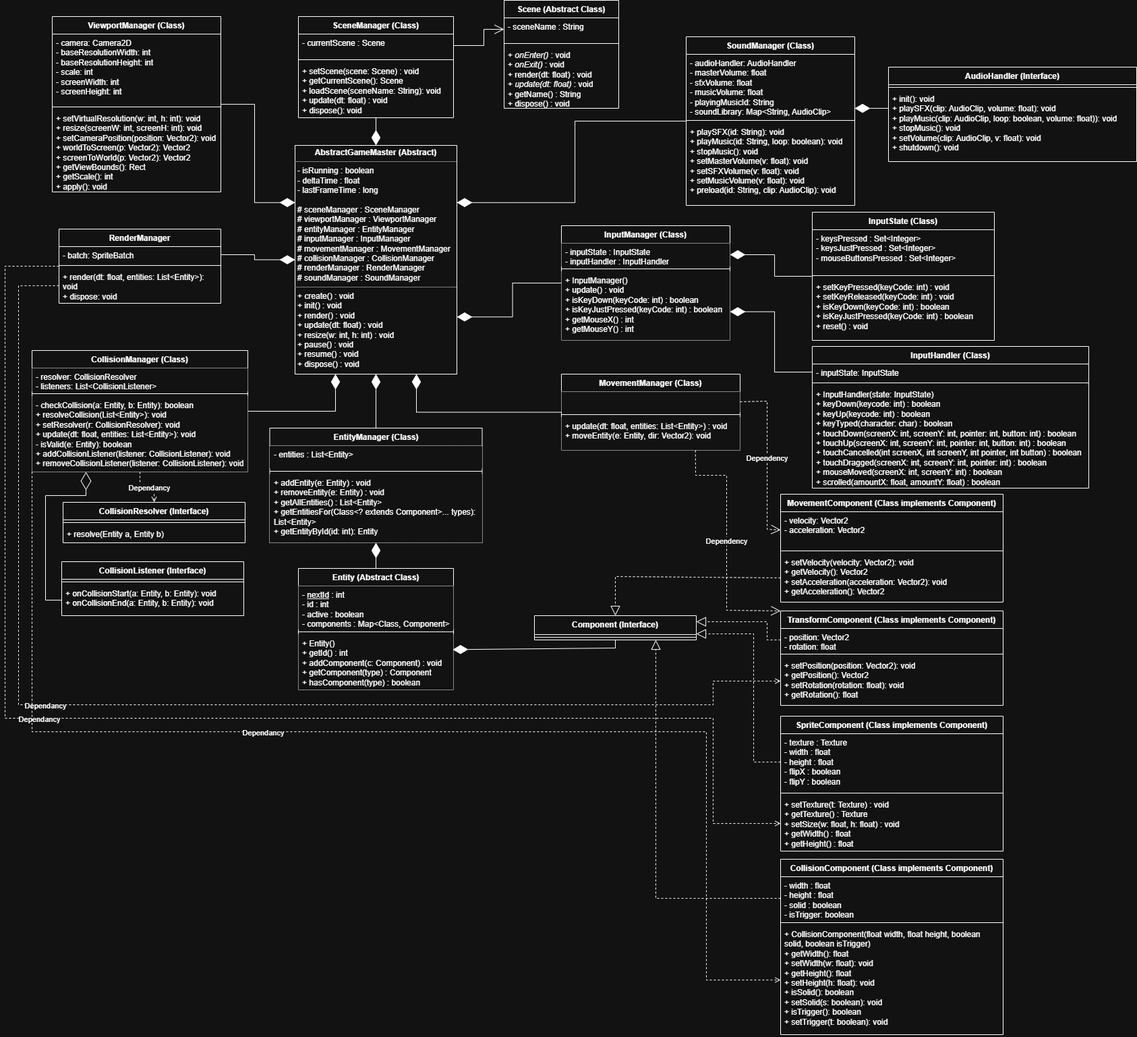
Before: ArcadeSim-UML Diagram (Revised).drawio.png, a diagram exported from draw.io (Candy-Sama/INF1009PrjectTeam6). Source tidied: cells renumbered, new cells last; positions are measured from the earlier drawing's top-left corner, leaving out a move shared by most shapes.
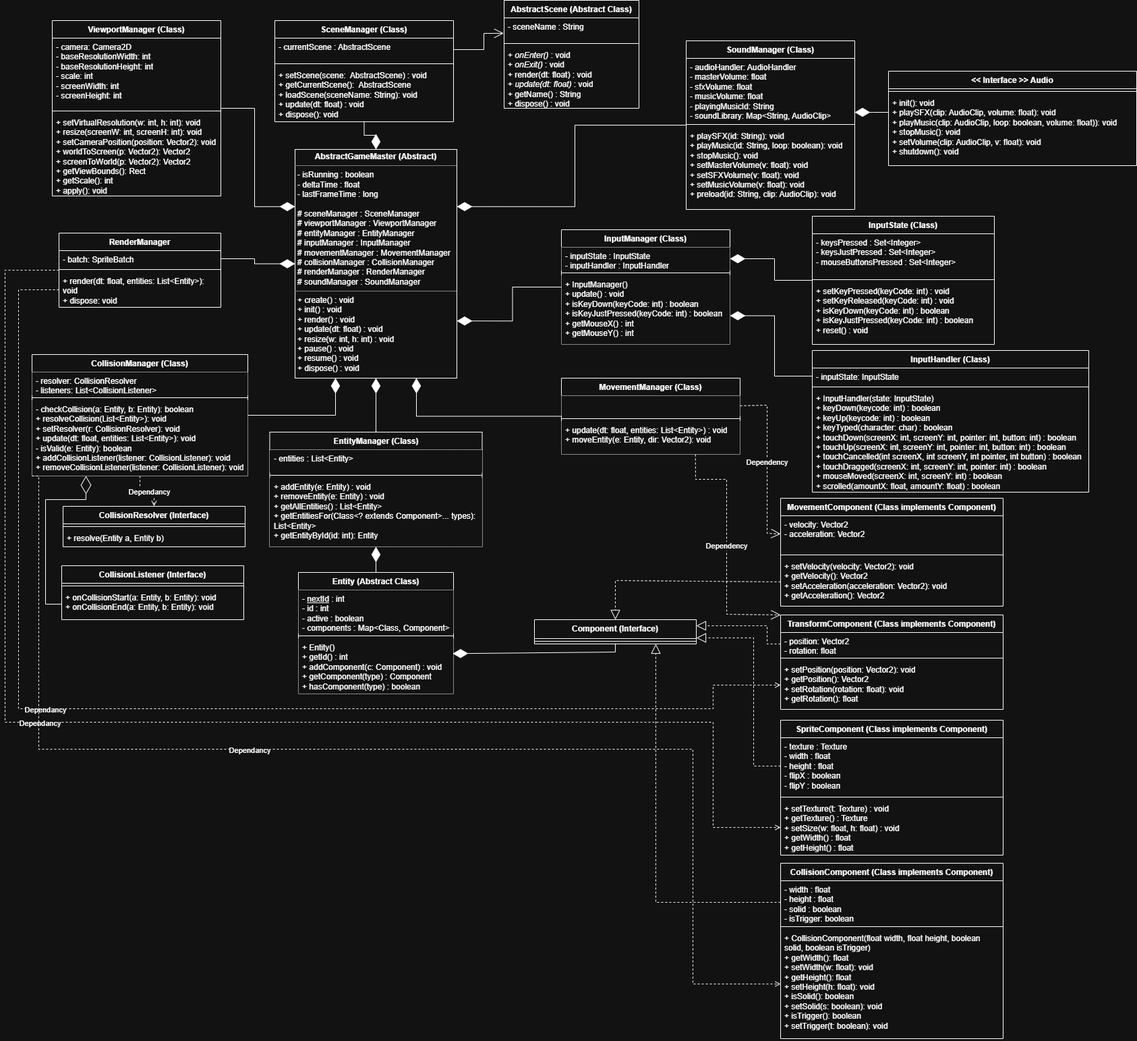
Above is the later version.

Diff of the diagram source:
```diff
@@ -5,31 +5,31 @@
     <mxCell id="2" value="&lt;p style=&quot;margin:0px;margin-top:4px;text-align:center;&quot;&gt;&lt;b&gt;AbstractGameMaster (Abstract)&lt;/b&gt;&lt;/p&gt;&lt;hr size=&quot;1&quot; style=&quot;border-style:solid;&quot;&gt;&lt;p style=&quot;margin:0px;margin-left:4px;&quot;&gt;- isRunning : boolean&lt;/p&gt;&lt;p style=&quot;margin:0px;margin-left:4px;&quot;&gt;- deltaTime : float&lt;/p&gt;&lt;p style=&quot;margin:0px;margin-left:4px;&quot;&gt;- lastFrameTime : long&lt;/p&gt;&lt;p style=&quot;margin:0px;margin-left:4px;&quot;&gt;&lt;br&gt;&lt;/p&gt;&lt;p style=&quot;margin:0px;margin-left:4px;&quot;&gt;# sceneManager : SceneManager&lt;/p&gt;&lt;p style=&quot;margin:0px;margin-left:4px;&quot;&gt;# viewportManager : ViewportManager&lt;/p&gt;&lt;p style=&quot;margin:0px;margin-left:4px;&quot;&gt;# entityManager : EntityManager&lt;/p&gt;&lt;p style=&quot;margin:0px;margin-left:4px;&quot;&gt;# inputManager : InputManager&lt;/p&gt;&lt;p style=&quot;margin:0px;margin-left:4px;&quot;&gt;# movementManager : MovementManager&lt;/p&gt;&lt;p style=&quot;margin:0px;margin-left:4px;&quot;&gt;# collisionManager : CollisionManager&lt;/p&gt;&lt;p style=&quot;margin:0px;margin-left:4px;&quot;&gt;# renderManager : RenderManager&lt;/p&gt;&lt;p style=&quot;margin:0px;margin-left:4px;&quot;&gt;# soundManager : SoundManager&lt;/p&gt;&lt;hr size=&quot;1&quot; style=&quot;border-style:solid;&quot;&gt;&lt;p style=&quot;margin:0px;margin-left:4px;&quot;&gt;+ create() : void&lt;/p&gt;&lt;p style=&quot;margin:0px;margin-left:4px;&quot;&gt;+ init() : void&amp;nbsp;&lt;/p&gt;&lt;p style=&quot;margin:0px;margin-left:4px;&quot;&gt;+ render() : void&lt;/p&gt;&lt;p style=&quot;margin:0px;margin-left:4px;&quot;&gt;+ update(dt: float) : void&lt;/p&gt;&lt;p style=&quot;margin:0px;margin-left:4px;&quot;&gt;+ resize(w: int, h: int) : void&lt;/p&gt;&lt;p style=&quot;margin:0px;margin-left:4px;&quot;&gt;+ pause() : void&lt;/p&gt;&lt;p style=&quot;margin:0px;margin-left:4px;&quot;&gt;+ resume() : void&lt;/p&gt;&lt;p style=&quot;margin:0px;margin-left:4px;&quot;&gt;+ dispose() : void&amp;nbsp;&lt;/p&gt;" style="verticalAlign=top;align=left;overflow=fill;html=1;whiteSpace=wrap;" parent="1" vertex="1">
       <mxGeometry x="430" y="215" width="240" height="339" as="geometry" />
     </mxCell>
-    <mxCell id="3" value="Scene (Abstract Class)" style="swimlane;fontStyle=1;align=center;verticalAlign=top;horizontal=1;startSize=26;whiteSpace=wrap;html=1;" parent="1" vertex="1">
-      <mxGeometry x="740" width="170" height="160" as="geometry" />
+    <mxCell id="3" value="AbstractScene (Abstract Class)" style="swimlane;fontStyle=1;align=center;verticalAlign=top;horizontal=1;startSize=26;whiteSpace=wrap;html=1;" parent="1" vertex="1">
+      <mxGeometry x="740" y="-6" width="200" height="160" as="geometry" />
     </mxCell>
     <mxCell id="4" value="- sceneName : String" style="text;strokeColor=none;fillColor=none;align=left;verticalAlign=top;spacingLeft=4;spacingRight=4;overflow=hidden;points=[[0,0.5],[1,0.5]];portConstraint=eastwest;whiteSpace=wrap;html=1;" parent="3" vertex="1">
-      <mxGeometry y="26" width="170" height="34" as="geometry" />
+      <mxGeometry y="26" width="200" height="34" as="geometry" />
     </mxCell>
     <mxCell id="5" style="line;strokeWidth=1;fillColor=none;align=left;verticalAlign=middle;spacingTop=-1;spacingLeft=3;spacingRight=3;labelPosition=right;strokeColor=inherit;" parent="3" vertex="1">
-      <mxGeometry y="60" width="170" height="8" as="geometry" />
+      <mxGeometry y="60" width="200" height="8" as="geometry" />
     </mxCell>
     <mxCell id="6" value="&lt;div&gt;&lt;span style=&quot;background-color: transparent; color: light-dark(rgb(0, 0, 0), rgb(255, 255, 255));&quot;&gt;+ &lt;i&gt;onEnter()&lt;/i&gt; : void&lt;/span&gt;&lt;/div&gt;&lt;div&gt;+ &lt;i&gt;onExit()&lt;/i&gt; : void&lt;/div&gt;&lt;div&gt;+ render(dt: float) : void&lt;/div&gt;&lt;div&gt;+&lt;i&gt; update(dt: float)&lt;/i&gt; : void&lt;/div&gt;&lt;div&gt;+ getName() : String&lt;/div&gt;&lt;div&gt;+ dispose() : void&lt;/div&gt;" style="text;strokeColor=none;fillColor=none;align=left;verticalAlign=top;spacingLeft=4;spacingRight=4;overflow=hidden;whiteSpace=wrap;html=1;" parent="3" vertex="1">
-      <mxGeometry y="68" width="170" height="92" as="geometry" />
+      <mxGeometry y="68" width="200" height="92" as="geometry" />
     </mxCell>
     <mxCell id="7" value="SceneManager (Class)" style="swimlane;fontStyle=1;align=center;verticalAlign=top;horizontal=1;startSize=26;whiteSpace=wrap;html=1;" parent="1" vertex="1">
-      <mxGeometry x="435" y="24" width="230" height="150" as="geometry" />
+      <mxGeometry x="400" y="24" width="265" height="150" as="geometry" />
     </mxCell>
-    <mxCell id="8" value="- currentScene : Scene" style="text;strokeColor=none;fillColor=none;align=left;verticalAlign=top;spacingLeft=4;spacingRight=4;overflow=hidden;points=[[0,0.5],[1,0.5]];portConstraint=eastwest;whiteSpace=wrap;html=1;" parent="7" vertex="1">
-      <mxGeometry y="26" width="230" height="34" as="geometry" />
+    <mxCell id="8" value="- currentScene : AbstractScene" style="text;strokeColor=none;fillColor=none;align=left;verticalAlign=top;spacingLeft=4;spacingRight=4;overflow=hidden;points=[[0,0.5],[1,0.5]];portConstraint=eastwest;whiteSpace=wrap;html=1;" parent="7" vertex="1">
+      <mxGeometry y="26" width="265" height="34" as="geometry" />
     </mxCell>
     <mxCell id="9" style="line;strokeWidth=1;fillColor=none;align=left;verticalAlign=middle;spacingTop=-1;spacingLeft=3;spacingRight=3;labelPosition=right;strokeColor=inherit;" parent="7" vertex="1">
-      <mxGeometry y="60" width="230" height="8" as="geometry" />
+      <mxGeometry y="60" width="265" height="8" as="geometry" />
     </mxCell>
-    <mxCell id="10" value="&lt;div&gt;+ setScene(scene: Scene) : void&lt;/div&gt;&lt;div&gt;+ getCurrentScene(): Scene&lt;/div&gt;&lt;div&gt;+ loadScene(sceneName: String): void&lt;br&gt;+ update(dt: float) : void&lt;/div&gt;&lt;div&gt;+ dispose(): void&lt;/div&gt;" style="text;strokeColor=none;fillColor=none;align=left;verticalAlign=top;spacingLeft=4;spacingRight=4;overflow=hidden;whiteSpace=wrap;html=1;" parent="7" vertex="1">
-      <mxGeometry y="68" width="230" height="82" as="geometry" />
+    <mxCell id="10" value="&lt;div&gt;+ setScene(scene:&amp;nbsp;&amp;nbsp;AbstractScene) : void&lt;/div&gt;&lt;div&gt;+ getCurrentScene():&amp;nbsp;&lt;span style=&quot;background-color: transparent; color: light-dark(rgb(0, 0, 0), rgb(255, 255, 255));&quot;&gt;&amp;nbsp;&lt;/span&gt;&lt;span style=&quot;background-color: transparent; color: light-dark(rgb(0, 0, 0), rgb(255, 255, 255));&quot;&gt;AbstractScene&lt;/span&gt;&lt;/div&gt;&lt;div&gt;+ loadScene(sceneName: String): void&lt;br&gt;+ update(dt: float) : void&lt;/div&gt;&lt;div&gt;+ dispose(): void&lt;/div&gt;" style="text;strokeColor=none;fillColor=none;align=left;verticalAlign=top;spacingLeft=4;spacingRight=4;overflow=hidden;whiteSpace=wrap;html=1;" parent="7" vertex="1">
+      <mxGeometry y="68" width="265" height="82" as="geometry" />
     </mxCell>
-    <mxCell id="11" style="endArrow=open;endFill=1;endSize=12;html=1;rounded=0;exitX=1;exitY=0.5;exitDx=0;exitDy=0;entryX=0;entryY=0.5;entryDx=0;entryDy=0;" parent="1" edge="1" source="8" target="4">
+    <mxCell id="11" style="endArrow=open;endFill=1;endSize=12;html=1;rounded=0;exitX=1;exitY=0.5;exitDx=0;exitDy=0;entryX=-0.003;entryY=0.673;entryDx=0;entryDy=0;entryPerimeter=0;" parent="1" edge="1" source="8" target="4">
       <mxGeometry relative="1" as="geometry">
         <Array as="points">
           <mxPoint x="710" y="67" />
@@ -247,7 +247,7 @@
         </Array>
       </mxGeometry>
     </mxCell>
-    <mxCell id="74" value="AudioHandler (Interface)" style="swimlane;fontStyle=1;align=center;verticalAlign=top;horizontal=1;startSize=26;whiteSpace=wrap;html=1;" parent="1" vertex="1">
+    <mxCell id="74" value="&amp;lt;&amp;lt; Interface &amp;gt;&amp;gt; Audio" style="swimlane;fontStyle=1;align=center;verticalAlign=top;horizontal=1;startSize=26;whiteSpace=wrap;html=1;" parent="1" vertex="1">
       <mxGeometry x="1310" y="99" width="368" height="140" as="geometry" />
     </mxCell>
     <mxCell id="75" style="line;strokeWidth=1;fillColor=none;align=left;verticalAlign=middle;spacingTop=-1;spacingLeft=3;spacingRight=3;labelPosition=right;strokeColor=inherit;" parent="74" vertex="1">
@@ -383,9 +383,10 @@
     <mxCell id="105" style="edgeStyle=orthogonalEdgeStyle;rounded=0;jettySize=auto;html=1;dashed=1;endArrow=open;endFill=0;exitX=0;exitY=1;exitDx=0;exitDy=0;entryX=0;entryY=0.5;entryDx=0;entryDy=0;" parent="1" edge="1" source="57" target="54">
       <mxGeometry relative="1" as="geometry">
         <Array as="points">
-          <mxPoint x="40" y="1084" />
-          <mxPoint x="1040" y="1084" />
-          <mxPoint x="1040" y="1452" />
+          <mxPoint x="50" y="699" />
+          <mxPoint x="50" y="1104" />
+          <mxPoint x="1020" y="1104" />
+          <mxPoint x="1020" y="1452" />
         </Array>
       </mxGeometry>
     </mxCell>
```
